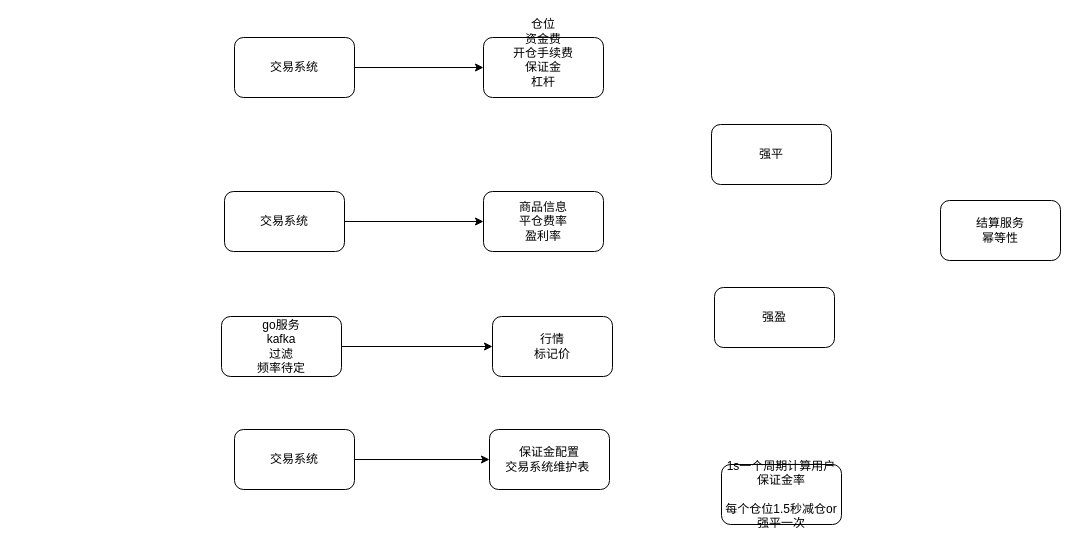
xu-xiwei/drawio keeps this draw.io diagram as page "dex" (3 of 3) of 合约风险限量转U强平.drawio. Above is the earlier version. Source tidied: cells renumbered, new cells numbered last; positions are measured from the earlier drawing's top-left corner, leaving out a move shared by most shapes. Both pictures are drawn from the tidied source at 100%, with x=0, y=0 at pixel (221, 37).
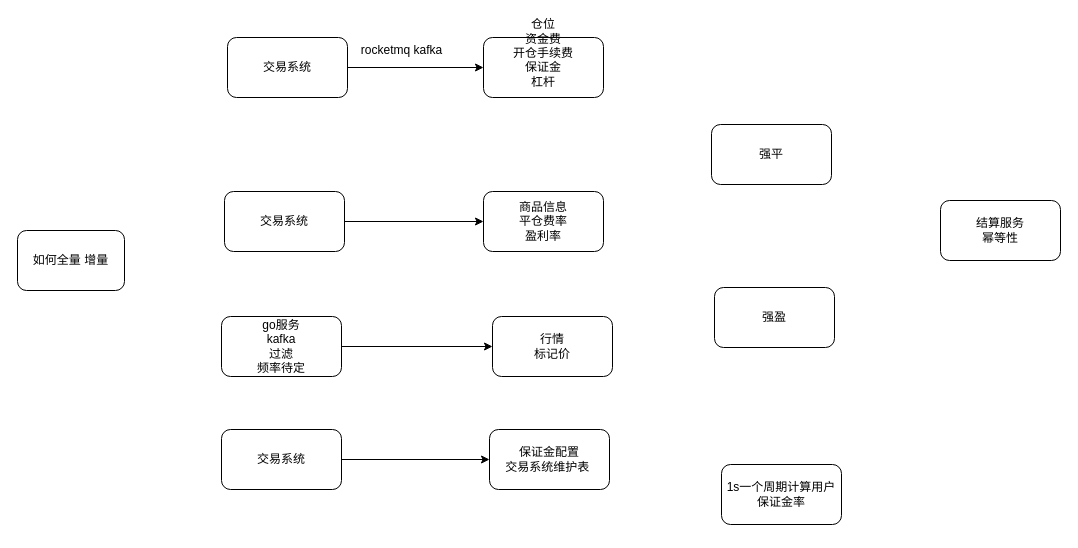
The same page after the edit.

Commit message:
更新合约风险限量转U强平.drawio

What changed in the source:
```diff
@@
 <mxGraphModel>
   <root>
     <mxCell id="0" />
     <mxCell id="1" parent="0" />
     <mxCell id="2" value="强平" style="rounded=1;whiteSpace=wrap;html=1;" parent="1" vertex="1">
       <mxGeometry x="490" y="87" width="120" height="60" as="geometry" />
     </mxCell>
     <mxCell id="3" value="仓位&lt;div&gt;资金费&lt;/div&gt;&lt;div&gt;开仓手续费&lt;/div&gt;&lt;div&gt;保证金&lt;/div&gt;&lt;div&gt;杠杆&lt;/div&gt;&lt;div&gt;&lt;br&gt;&lt;/div&gt;&lt;div&gt;&lt;br&gt;&lt;/div&gt;" style="rounded=1;whiteSpace=wrap;html=1;" parent="1" vertex="1">
       <mxGeometry x="262" width="120" height="60" as="geometry" />
     </mxCell>
     <mxCell id="4" value="商品信息&lt;div&gt;平仓费率&lt;/div&gt;&lt;div&gt;盈利率&lt;/div&gt;" style="rounded=1;whiteSpace=wrap;html=1;" parent="1" vertex="1">
       <mxGeometry x="262" y="154" width="120" height="60" as="geometry" />
     </mxCell>
     <mxCell id="5" value="行情&lt;div&gt;标记价&lt;/div&gt;" style="rounded=1;whiteSpace=wrap;html=1;" parent="1" vertex="1">
       <mxGeometry x="271" y="279" width="120" height="60" as="geometry" />
     </mxCell>
     <mxCell id="6" value="保证金配置&lt;div&gt;交易系统维护表&amp;nbsp;&lt;/div&gt;" style="rounded=1;whiteSpace=wrap;html=1;" parent="1" vertex="1">
       <mxGeometry x="268" y="392" width="120" height="60" as="geometry" />
     </mxCell>
     <mxCell id="7" value="强盈" style="rounded=1;whiteSpace=wrap;html=1;" parent="1" vertex="1">
       <mxGeometry x="493" y="250" width="120" height="60" as="geometry" />
     </mxCell>
     <mxCell id="8" value="结算服务&lt;div&gt;幂等性&lt;/div&gt;" style="rounded=1;whiteSpace=wrap;html=1;" parent="1" vertex="1">
       <mxGeometry x="719" y="163" width="120" height="60" as="geometry" />
     </mxCell>
     <mxCell id="9" style="edgeStyle=orthogonalEdgeStyle;rounded=0;jettySize=auto;html=1;entryX=0;entryY=0.5;entryDx=0;entryDy=0;" parent="1" edge="1" source="10" target="5">
       <mxGeometry relative="1" as="geometry" />
     </mxCell>
     <mxCell id="10" value="go服务&lt;div&gt;kafka&lt;/div&gt;&lt;div&gt;过滤&lt;/div&gt;&lt;div&gt;频率待定&lt;/div&gt;" style="rounded=1;whiteSpace=wrap;html=1;" parent="1" vertex="1">
       <mxGeometry y="279" width="120" height="60" as="geometry" />
     </mxCell>
     <mxCell id="11" style="edgeStyle=orthogonalEdgeStyle;rounded=0;jettySize=auto;html=1;entryX=0;entryY=0.5;entryDx=0;entryDy=0;" parent="1" edge="1" source="12" target="3">
       <mxGeometry relative="1" as="geometry" />
     </mxCell>
     <mxCell id="12" value="交易系统" style="rounded=1;whiteSpace=wrap;html=1;" parent="1" vertex="1">
-      <mxGeometry x="13" width="120" height="60" as="geometry" />
+      <mxGeometry x="6" width="120" height="60" as="geometry" />
     </mxCell>
     <mxCell id="13" style="edgeStyle=orthogonalEdgeStyle;rounded=0;jettySize=auto;html=1;entryX=0;entryY=0.5;entryDx=0;entryDy=0;" parent="1" edge="1" source="14" target="4">
       <mxGeometry relative="1" as="geometry" />
     </mxCell>
     <mxCell id="14" value="交易系统" style="rounded=1;whiteSpace=wrap;html=1;" parent="1" vertex="1">
       <mxGeometry x="3" y="154" width="120" height="60" as="geometry" />
     </mxCell>
     <mxCell id="15" style="edgeStyle=orthogonalEdgeStyle;rounded=0;jettySize=auto;html=1;" parent="1" edge="1" source="16" target="6">
       <mxGeometry relative="1" as="geometry" />
     </mxCell>
     <mxCell id="16" value="交易系统" style="rounded=1;whiteSpace=wrap;html=1;" parent="1" vertex="1">
-      <mxGeometry x="13" y="392" width="120" height="60" as="geometry" />
+      <mxGeometry y="392" width="120" height="60" as="geometry" />
     </mxCell>
-    <mxCell id="17" value="1s一个周期计算用户保证金率&lt;div&gt;&lt;br&gt;&lt;div&gt;每个仓位1.5秒减仓or强平一次&lt;/div&gt;&lt;/div&gt;" style="rounded=1;whiteSpace=wrap;html=1;" parent="1" vertex="1">
+    <mxCell id="17" value="1s一个周期计算用户保证金率" style="rounded=1;whiteSpace=wrap;html=1;" parent="1" vertex="1">
       <mxGeometry x="500" y="427" width="120" height="60" as="geometry" />
     </mxCell>
+    <mxCell id="18" value="如何全量 增量" style="rounded=1;whiteSpace=wrap;html=1;" parent="1" vertex="1">
+      <mxGeometry x="-204" y="193" width="107" height="60" as="geometry" />
+    </mxCell>
+    <mxCell id="19" value="rocketmq kafka" style="text;html=1;align=center;verticalAlign=middle;strokeColor=none;fillColor=none;" parent="1" vertex="1">
+      <mxGeometry x="130" width="99" height="26" as="geometry" />
+    </mxCell>
   </root>
 </mxGraphModel>
```
